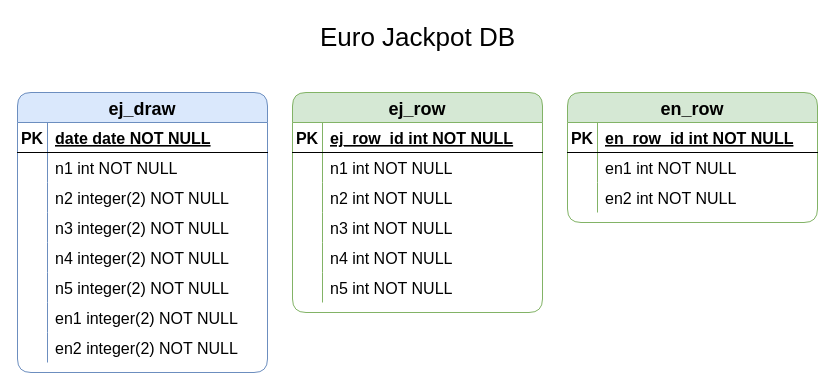
tonisun/lotto-dbms keeps this draw.io diagram as assets/images/documentation/er-diagram.drawio. Above is the earlier version. Source tidied: cells renumbered, new cells numbered last; positions are measured from the earlier drawing's top-left corner, leaving out a move shared by most shapes. Both pictures are drawn from the tidied source at 100%, with x=0, y=0 at pixel (17, 17).
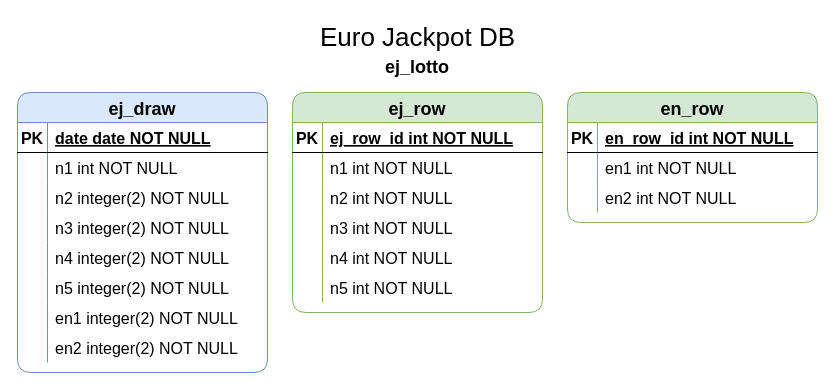
The same diagram, later.

Change to the diagram source:
```diff
@@
+    <mxCell id="57" value="&lt;font size=&quot;1&quot; style=&quot;&quot;&gt;&lt;b style=&quot;font-size: 18px;&quot;&gt;ej_lotto&lt;/b&gt;&lt;/font&gt;" style="text;html=1;strokeColor=none;fillColor=none;align=center;verticalAlign=middle;whiteSpace=wrap;rounded=0;" parent="1" vertex="1">
+      <mxGeometry x="370" y="35" width="60" height="30" as="geometry" />
+    </mxCell>
```
